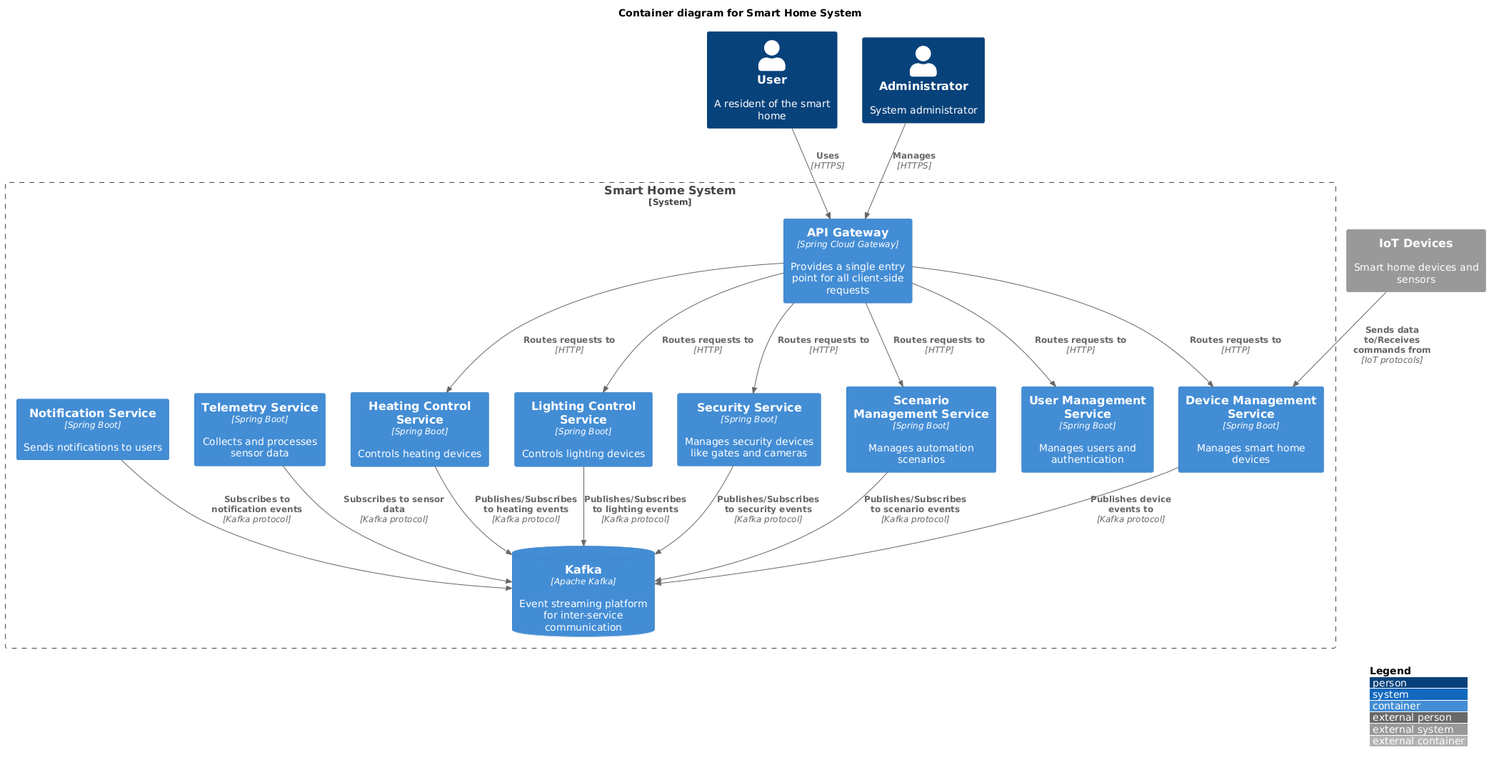
Above: docs/diagrams/images/1-2-0.png in maratnasyrov/architecture-sprint-3 (PlantUML), before the change.
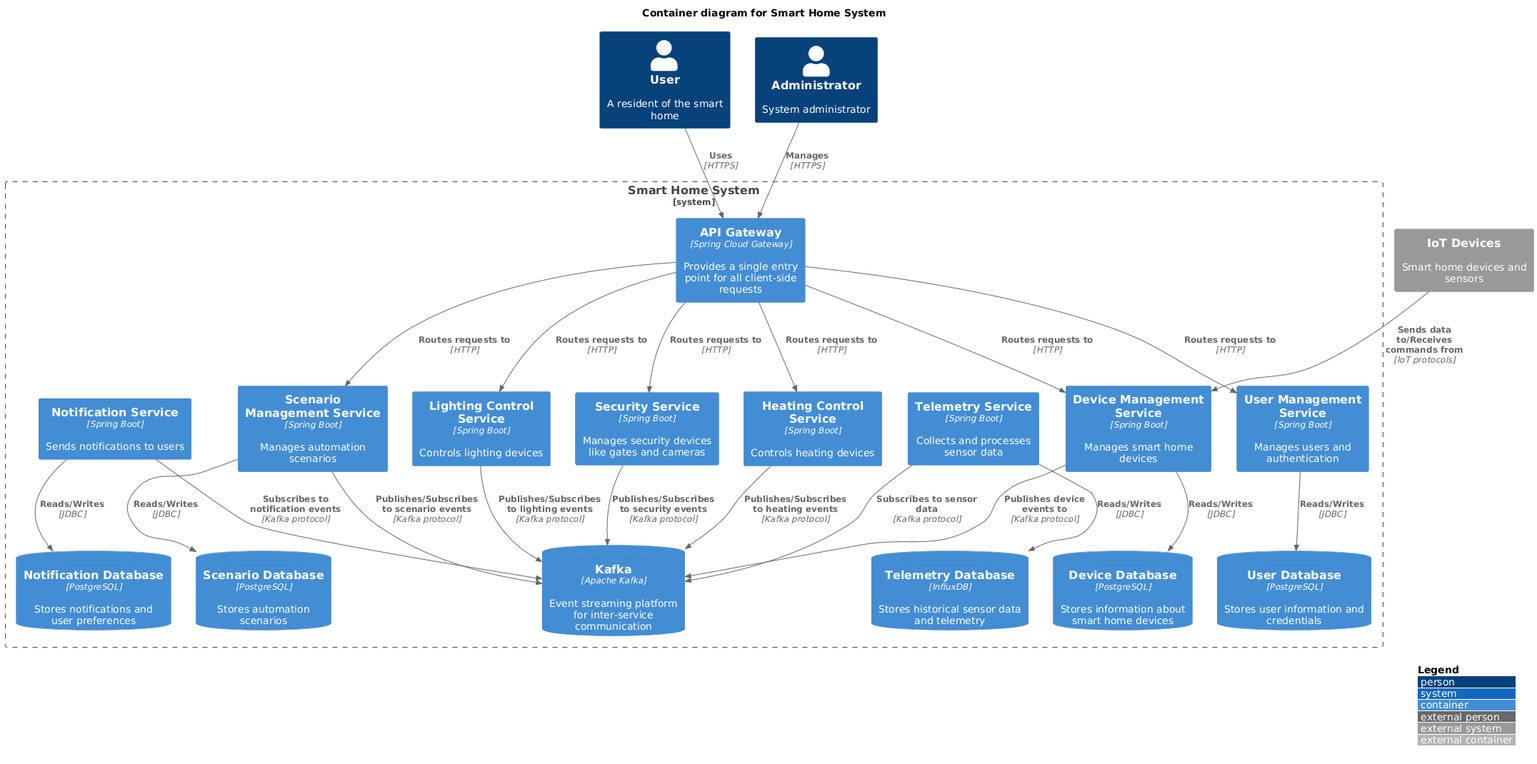
After the change.

Commit message:
feat: Update architecture overview in README.md

Change to the diagram source:
```diff
@@ -17,6 +17,12 @@
     Container(scenario_service, "Scenario Management Service", "Spring Boot", "Manages automation scenarios")
     Container(notification_service, "Notification Service", "Spring Boot", "Sends notifications to users")
     ContainerDb(kafka, "Kafka", "Apache Kafka", "Event streaming platform for inter-service communication")
+
+    ContainerDb(user_db, "User Database", "PostgreSQL", "Stores user information and credentials")
+    ContainerDb(device_db, "Device Database", "PostgreSQL", "Stores information about smart home devices")
+    ContainerDb(telemetry_db, "Telemetry Database", "InfluxDB", "Stores historical sensor data and telemetry")
+    ContainerDb(scenario_db, "Scenario Database", "PostgreSQL", "Stores automation scenarios")
+    ContainerDb(notification_db, "Notification Database", "PostgreSQL", "Stores notifications and user preferences")
 }
 
 System_Ext(iot_devices, "IoT Devices", "Smart home devices and sensors")
@@ -30,6 +36,12 @@
 Rel(api_gateway, security_service, "Routes requests to", "HTTP")
 Rel(api_gateway, scenario_service, "Routes requests to", "HTTP")
 
+Rel(user_service, user_db, "Reads/Writes", "JDBC")
+Rel(device_service, device_db, "Reads/Writes", "JDBC")
+Rel(telemetry_service, telemetry_db, "Reads/Writes", "JDBC")
+Rel(scenario_service, scenario_db, "Reads/Writes", "JDBC")
+Rel(notification_service, notification_db, "Reads/Writes", "JDBC")
+
 Rel(device_service, kafka, "Publishes device events to", "Kafka protocol")
 Rel(heating_service, kafka, "Publishes/Subscribes to heating events", "Kafka protocol")
 Rel(lighting_service, kafka, "Publishes/Subscribes to lighting events", "Kafka protocol")
```
